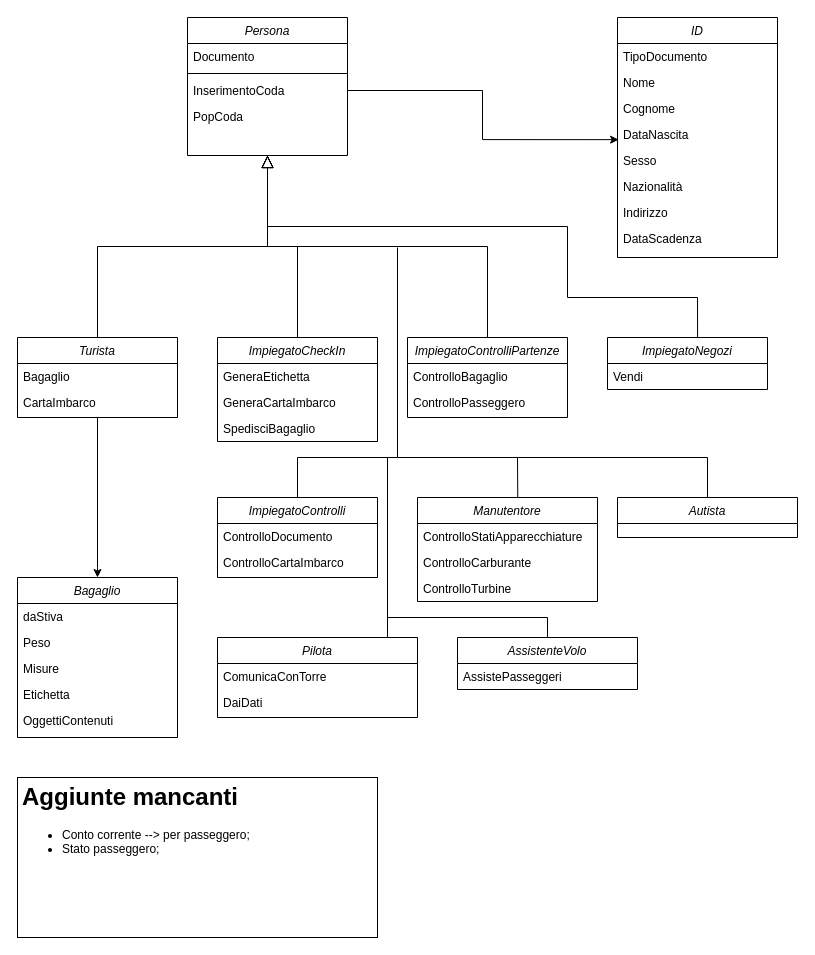
Barsanti5BI/flight-simulator keeps this draw.io diagram as src/Persona/DiagrammaClassiIndicazioni/DiagrammaClassi.drawio. Above is the earlier version. Source tidied: cells renumbered, new cells numbered last; positions are measured from the earlier drawing's top-left corner, leaving out a move shared by most shapes. Both pictures are drawn from the tidied source at 100%, with x=0, y=0 at pixel (17, 17).
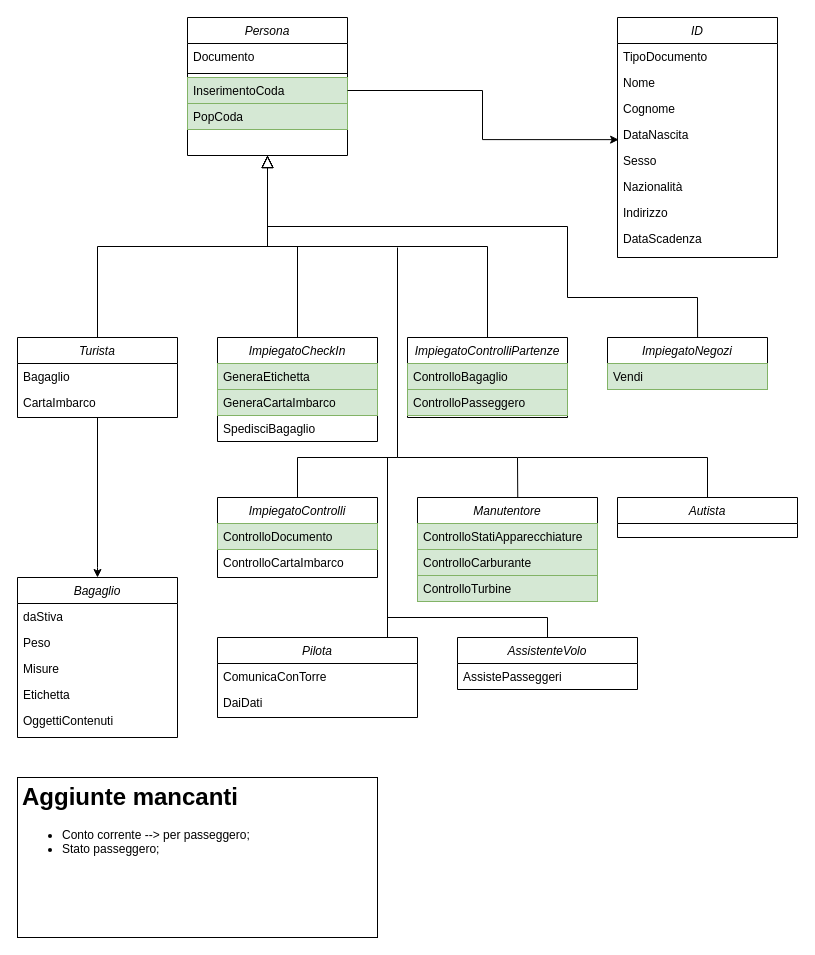
The same diagram, later.

The change refers to these unchanged cells:
```xml
<mxCell id="2" value="Persona" style="swimlane;fontStyle=2;align=center;verticalAlign=top;horizontal=1;startSize=26;rounded=0;shadow=0;strokeWidth=1;" parent="1" vertex="1">
  <mxGeometry x="170" width="160" height="138" as="geometry" />
</mxCell>
<mxCell id="11" value="ImpiegatoCheckIn" style="swimlane;fontStyle=2;align=center;verticalAlign=top;horizontal=1;startSize=26;rounded=0;shadow=0;strokeWidth=1;" parent="1" vertex="1">
  <mxGeometry x="200" y="320" width="160" height="104" as="geometry" />
</mxCell>
<mxCell id="33" value="ImpiegatoControlliPartenze" style="swimlane;fontStyle=2;align=center;verticalAlign=top;horizontal=1;startSize=26;rounded=0;shadow=0;strokeWidth=1;" parent="1" vertex="1">
  <mxGeometry x="390" y="320" width="160" height="80" as="geometry" />
</mxCell>
<mxCell id="38" value="ImpiegatoNegozi" style="swimlane;fontStyle=2;align=center;verticalAlign=top;horizontal=1;startSize=26;rounded=0;shadow=0;strokeWidth=1;" parent="1" vertex="1">
  <mxGeometry x="590" y="320" width="160" height="52" as="geometry" />
</mxCell>
<mxCell id="43" value="ImpiegatoControlli" style="swimlane;fontStyle=2;align=center;verticalAlign=top;horizontal=1;startSize=26;rounded=0;shadow=0;strokeWidth=1;" parent="1" vertex="1">
  <mxGeometry x="200" y="480" width="160" height="80" as="geometry" />
</mxCell>
<mxCell id="48" value="Manutentore" style="swimlane;fontStyle=2;align=center;verticalAlign=top;horizontal=1;startSize=26;rounded=0;shadow=0;strokeWidth=1;" parent="1" vertex="1">
  <mxGeometry x="400" y="480" width="180" height="104" as="geometry" />
</mxCell>
```

Diff of the diagram source:
```diff
@@
-    <mxCell id="5" value="InserimentoCoda" style="text;align=left;verticalAlign=top;spacingLeft=4;spacingRight=4;overflow=hidden;points=[[0,0.5],[1,0.5]];portConstraint=eastwest;" parent="2" vertex="1">
+    <mxCell id="5" value="InserimentoCoda" style="text;align=left;verticalAlign=top;spacingLeft=4;spacingRight=4;overflow=hidden;points=[[0,0.5],[1,0.5]];portConstraint=eastwest;fillColor=#d5e8d4;strokeColor=#82b366;" parent="2" vertex="1">
       <mxGeometry y="60" width="160" height="26" as="geometry" />
     </mxCell>
-    <mxCell id="6" value="PopCoda" style="text;align=left;verticalAlign=top;spacingLeft=4;spacingRight=4;overflow=hidden;" parent="2" vertex="1">
+    <mxCell id="6" value="PopCoda" style="text;align=left;verticalAlign=top;spacingLeft=4;spacingRight=4;overflow=hidden;fillColor=#d5e8d4;strokeColor=#82b366;" parent="2" vertex="1">
       <mxGeometry y="86" width="160" height="26" as="geometry" />
     </mxCell>
@@
-    <mxCell id="12" value="GeneraEtichetta" style="text;align=left;verticalAlign=top;spacingLeft=4;spacingRight=4;overflow=hidden;" parent="11" vertex="1">
+    <mxCell id="12" value="GeneraEtichetta" style="text;align=left;verticalAlign=top;spacingLeft=4;spacingRight=4;overflow=hidden;fillColor=#d5e8d4;strokeColor=#82b366;" parent="11" vertex="1">
       <mxGeometry y="26" width="160" height="26" as="geometry" />
     </mxCell>
-    <mxCell id="13" value="GeneraCartaImbarco" style="text;align=left;verticalAlign=top;spacingLeft=4;spacingRight=4;overflow=hidden;" parent="11" vertex="1">
+    <mxCell id="13" value="GeneraCartaImbarco" style="text;align=left;verticalAlign=top;spacingLeft=4;spacingRight=4;overflow=hidden;fillColor=#d5e8d4;strokeColor=#82b366;" parent="11" vertex="1">
       <mxGeometry y="52" width="160" height="26" as="geometry" />
     </mxCell>
@@
-    <mxCell id="34" value="ControlloBagaglio" style="text;align=left;verticalAlign=top;spacingLeft=4;spacingRight=4;overflow=hidden;" parent="33" vertex="1">
+    <mxCell id="34" value="ControlloBagaglio" style="text;align=left;verticalAlign=top;spacingLeft=4;spacingRight=4;overflow=hidden;fillColor=#d5e8d4;strokeColor=#82b366;" parent="33" vertex="1">
       <mxGeometry y="26" width="160" height="26" as="geometry" />
     </mxCell>
-    <mxCell id="35" value="ControlloPasseggero" style="text;align=left;verticalAlign=top;spacingLeft=4;spacingRight=4;overflow=hidden;" parent="33" vertex="1">
+    <mxCell id="35" value="ControlloPasseggero" style="text;align=left;verticalAlign=top;spacingLeft=4;spacingRight=4;overflow=hidden;fillColor=#d5e8d4;strokeColor=#82b366;" parent="33" vertex="1">
       <mxGeometry y="52" width="160" height="26" as="geometry" />
     </mxCell>
@@
-    <mxCell id="39" value="Vendi" style="text;align=left;verticalAlign=top;spacingLeft=4;spacingRight=4;overflow=hidden;" parent="38" vertex="1">
+    <mxCell id="39" value="Vendi" style="text;align=left;verticalAlign=top;spacingLeft=4;spacingRight=4;overflow=hidden;fillColor=#d5e8d4;strokeColor=#82b366;" parent="38" vertex="1">
       <mxGeometry y="26" width="160" height="26" as="geometry" />
     </mxCell>
@@
-    <mxCell id="44" value="ControlloDocumento" style="text;align=left;verticalAlign=top;spacingLeft=4;spacingRight=4;overflow=hidden;" parent="43" vertex="1">
+    <mxCell id="44" value="ControlloDocumento" style="text;align=left;verticalAlign=top;spacingLeft=4;spacingRight=4;overflow=hidden;fillColor=#d5e8d4;strokeColor=#82b366;" parent="43" vertex="1">
       <mxGeometry y="26" width="160" height="26" as="geometry" />
     </mxCell>
@@
-    <mxCell id="49" value="ControlloStatiApparecchiature" style="text;align=left;verticalAlign=top;spacingLeft=4;spacingRight=4;overflow=hidden;" parent="48" vertex="1">
+    <mxCell id="49" value="ControlloStatiApparecchiature" style="text;align=left;verticalAlign=top;spacingLeft=4;spacingRight=4;overflow=hidden;fillColor=#d5e8d4;strokeColor=#82b366;" parent="48" vertex="1">
       <mxGeometry y="26" width="180" height="26" as="geometry" />
     </mxCell>
-    <mxCell id="50" value="ControlloCarburante" style="text;align=left;verticalAlign=top;spacingLeft=4;spacingRight=4;overflow=hidden;" parent="48" vertex="1">
+    <mxCell id="50" value="ControlloCarburante" style="text;align=left;verticalAlign=top;spacingLeft=4;spacingRight=4;overflow=hidden;fillColor=#d5e8d4;strokeColor=#82b366;" parent="48" vertex="1">
       <mxGeometry y="52" width="180" height="26" as="geometry" />
     </mxCell>
@@
-    <mxCell id="52" value="ControlloTurbine" style="text;align=left;verticalAlign=top;spacingLeft=4;spacingRight=4;overflow=hidden;" parent="48" vertex="1">
+    <mxCell id="52" value="ControlloTurbine" style="text;align=left;verticalAlign=top;spacingLeft=4;spacingRight=4;overflow=hidden;fillColor=#d5e8d4;strokeColor=#82b366;" parent="48" vertex="1">
       <mxGeometry y="78" width="180" height="26" as="geometry" />
     </mxCell>
```
